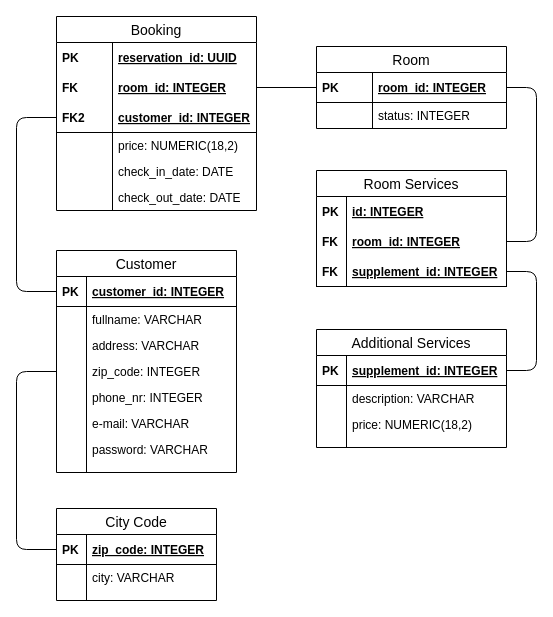
Earlier version of the draw.io diagram Dokumentation/RDS.drawio (NansyT/CountryLiving). Source tidied: cells renumbered, new cells numbered last; positions are measured from the earlier drawing's top-left corner, leaving out a move shared by most shapes. Both pictures are drawn from the tidied source at 100%, with x=0, y=0 at pixel (16, 16).
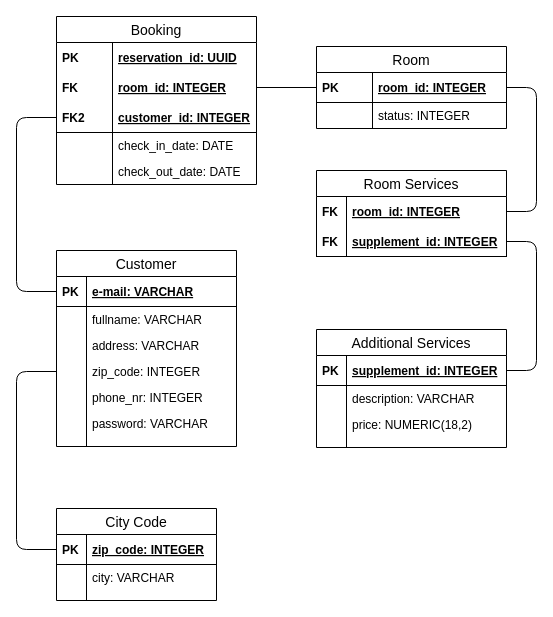
Above is the later version.

The change refers to these unchanged cells:
```xml
<mxCell id="3" value="room_id: INTEGER" style="shape=partialRectangle;top=0;left=0;right=0;bottom=1;align=left;verticalAlign=middle;fillColor=none;spacingLeft=60;spacingRight=4;overflow=hidden;points=[[0,0.5],[1,0.5]];portConstraint=eastwest;fontStyle=5;fontSize=12;" parent="2" vertex="1">
  <mxGeometry y="26" width="190" height="30" as="geometry" />
</mxCell>
<mxCell id="57" value="supplement_id: INTEGER" style="shape=partialRectangle;top=0;left=0;right=0;bottom=1;align=left;verticalAlign=middle;fillColor=none;spacingLeft=34;spacingRight=4;overflow=hidden;points=[[0,0.5],[1,0.5]];portConstraint=eastwest;fontStyle=5;fontSize=12;" parent="56" vertex="1">
  <mxGeometry y="26" width="190" height="30" as="geometry" />
</mxCell>
```

Change to the diagram source:
```diff
@@
     <mxCell id="9" style="endArrow=none;html=1;exitX=1;exitY=0.5;exitDx=0;exitDy=0;entryX=1;entryY=0.5;entryDx=0;entryDy=0;" parent="1" edge="1" source="52" target="3">
       <mxGeometry relative="1" as="geometry">
         <Array as="points">
-          <mxPoint x="520" y="225" />
+          <mxPoint x="520" y="195" />
           <mxPoint x="520" y="71" />
         </Array>
       </mxGeometry>
     </mxCell>
     <mxCell id="10" style="endArrow=none;html=1;exitX=1;exitY=0.5;exitDx=0;exitDy=0;entryX=1;entryY=0.5;entryDx=0;entryDy=0;" parent="1" edge="1" source="57" target="54">
       <mxGeometry relative="1" as="geometry">
         <Array as="points">
           <mxPoint x="520" y="354" />
-          <mxPoint x="520" y="255" />
+          <mxPoint x="520" y="225" />
         </Array>
       </mxGeometry>
     </mxCell>
     <mxCell id="11" value="Booking" style="swimlane;fontStyle=0;horizontal=1;startSize=26;align=center;fontSize=14;" parent="1" vertex="1">
-      <mxGeometry x="40" width="200" height="194" as="geometry" />
+      <mxGeometry x="40" width="200" height="168" as="geometry" />
     </mxCell>
@@
-    <mxCell id="18" value="price: NUMERIC(18,2)" style="shape=partialRectangle;top=0;left=0;right=0;bottom=0;align=left;verticalAlign=top;fillColor=none;spacingLeft=60;spacingRight=4;overflow=hidden;fontSize=12;" parent="11" vertex="1">
-      <mxGeometry y="116" width="200" height="26" as="geometry" />
-    </mxCell>
-    <mxCell id="19" style="shape=partialRectangle;top=0;left=0;bottom=0;fillColor=none;align=left;verticalAlign=top;spacingLeft=4;spacingRight=4;overflow=hidden;fontSize=12;" parent="18" vertex="1">
-      <mxGeometry width="56" height="26" as="geometry" />
-    </mxCell>
     <mxCell id="20" value="check_in_date: DATE" style="shape=partialRectangle;top=0;left=0;right=0;bottom=0;align=left;verticalAlign=top;fillColor=none;spacingLeft=60;spacingRight=4;overflow=hidden;fontSize=12;" parent="11" vertex="1">
-      <mxGeometry y="142" width="200" height="26" as="geometry" />
+      <mxGeometry y="116" width="200" height="26" as="geometry" />
     </mxCell>
@@
     <mxCell id="22" value="check_out_date: DATE" style="shape=partialRectangle;top=0;left=0;right=0;bottom=0;align=left;verticalAlign=top;fillColor=none;spacingLeft=60;spacingRight=4;overflow=hidden;fontSize=12;" parent="11" vertex="1">
-      <mxGeometry y="168" width="200" height="26" as="geometry" />
+      <mxGeometry y="142" width="200" height="26" as="geometry" />
     </mxCell>
@@
     <mxCell id="25" value="Customer" style="swimlane;fontStyle=0;horizontal=1;startSize=26;align=center;fontSize=14;" parent="1" vertex="1">
-      <mxGeometry x="40" y="234" width="180" height="222" as="geometry" />
+      <mxGeometry x="40" y="234" width="180" height="196" as="geometry" />
     </mxCell>
-    <mxCell id="26" value="customer_id: INTEGER" style="shape=partialRectangle;top=0;left=0;right=0;bottom=1;align=left;verticalAlign=middle;fillColor=none;spacingLeft=34;spacingRight=4;overflow=hidden;points=[[0,0.5],[1,0.5]];portConstraint=eastwest;fontStyle=5;fontSize=12;" parent="25" vertex="1">
+    <mxCell id="26" value="e-mail: VARCHAR" style="shape=partialRectangle;top=0;left=0;right=0;bottom=1;align=left;verticalAlign=middle;fillColor=none;spacingLeft=34;spacingRight=4;overflow=hidden;points=[[0,0.5],[1,0.5]];portConstraint=eastwest;fontStyle=5;fontSize=12;" parent="25" vertex="1">
       <mxGeometry y="26" width="180" height="30" as="geometry" />
     </mxCell>
@@
-    <mxCell id="36" value="e-mail: VARCHAR" style="shape=partialRectangle;top=0;left=0;right=0;bottom=0;align=left;verticalAlign=top;fillColor=none;spacingLeft=34;spacingRight=4;overflow=hidden;fontSize=12;" parent="25" vertex="1">
-      <mxGeometry y="160" width="180" height="26" as="geometry" />
-    </mxCell>
-    <mxCell id="37" style="shape=partialRectangle;top=0;left=0;bottom=0;fillColor=none;align=left;verticalAlign=top;spacingLeft=4;spacingRight=4;overflow=hidden;fontSize=12;" parent="36" vertex="1">
-      <mxGeometry width="30" height="26" as="geometry" />
-    </mxCell>
     <mxCell id="38" value="password: VARCHAR" style="shape=partialRectangle;top=0;left=0;right=0;bottom=0;align=left;verticalAlign=top;fillColor=none;spacingLeft=34;spacingRight=4;overflow=hidden;fontSize=12;" parent="25" vertex="1">
-      <mxGeometry y="186" width="180" height="26" as="geometry" />
+      <mxGeometry y="160" width="180" height="26" as="geometry" />
     </mxCell>
@@
     <mxCell id="40" style="shape=partialRectangle;top=0;left=0;right=0;bottom=0;align=left;verticalAlign=top;fillColor=none;spacingLeft=34;spacingRight=4;overflow=hidden;fontSize=12;" parent="25" vertex="1">
-      <mxGeometry y="212" width="180" height="10" as="geometry" />
+      <mxGeometry y="186" width="180" height="10" as="geometry" />
     </mxCell>
@@
     <mxCell id="49" value="Room Services" style="swimlane;fontStyle=0;horizontal=1;startSize=26;align=center;fontSize=14;" parent="1" vertex="1">
-      <mxGeometry x="300" y="154" width="190" height="116" as="geometry" />
+      <mxGeometry x="300" y="154" width="190" height="86" as="geometry" />
     </mxCell>
-    <mxCell id="50" value="id: INTEGER" style="shape=partialRectangle;top=0;left=0;right=0;bottom=1;align=left;verticalAlign=middle;fillColor=none;spacingLeft=34;spacingRight=4;overflow=hidden;fontStyle=5;fontSize=12;strokeColor=none;" parent="49" vertex="1">
-      <mxGeometry y="26" width="190" height="30" as="geometry" />
-    </mxCell>
-    <mxCell id="51" value="PK" style="shape=partialRectangle;top=0;left=0;bottom=0;fillColor=none;align=left;verticalAlign=middle;spacingLeft=4;spacingRight=4;overflow=hidden;fontSize=12;fontStyle=1;" parent="50" vertex="1">
-      <mxGeometry width="30" height="30" as="geometry" />
-    </mxCell>
     <mxCell id="52" value="room_id: INTEGER" style="shape=partialRectangle;top=0;left=0;right=0;bottom=1;align=left;verticalAlign=middle;fillColor=none;spacingLeft=34;spacingRight=4;overflow=hidden;points=[[0,0.5],[1,0.5]];portConstraint=eastwest;fontStyle=5;fontSize=12;strokeColor=none;" parent="49" vertex="1">
-      <mxGeometry y="56" width="190" height="30" as="geometry" />
+      <mxGeometry y="26" width="190" height="30" as="geometry" />
     </mxCell>
@@
     <mxCell id="54" value="supplement_id: INTEGER" style="shape=partialRectangle;top=0;left=0;right=0;bottom=1;align=left;verticalAlign=middle;fillColor=none;spacingLeft=34;spacingRight=4;overflow=hidden;points=[[0,0.5],[1,0.5]];portConstraint=eastwest;fontStyle=5;fontSize=12;" parent="49" vertex="1">
-      <mxGeometry y="86" width="190" height="30" as="geometry" />
+      <mxGeometry y="56" width="190" height="30" as="geometry" />
     </mxCell>
```
